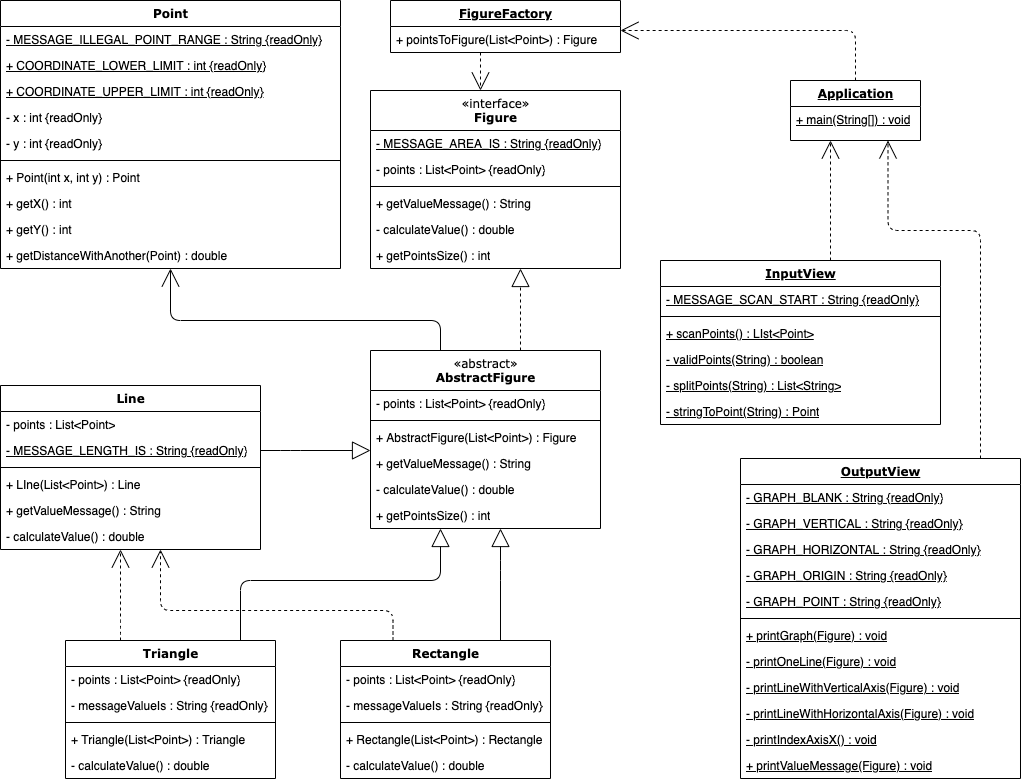
muttjimmypark/java-coordinate-playground keeps this draw.io diagram as design.png. Above is the earlier version. Source tidied: cells renumbered, new cells last; positions are measured from the earlier drawing's top-left corner, leaving out a move shared by most shapes.
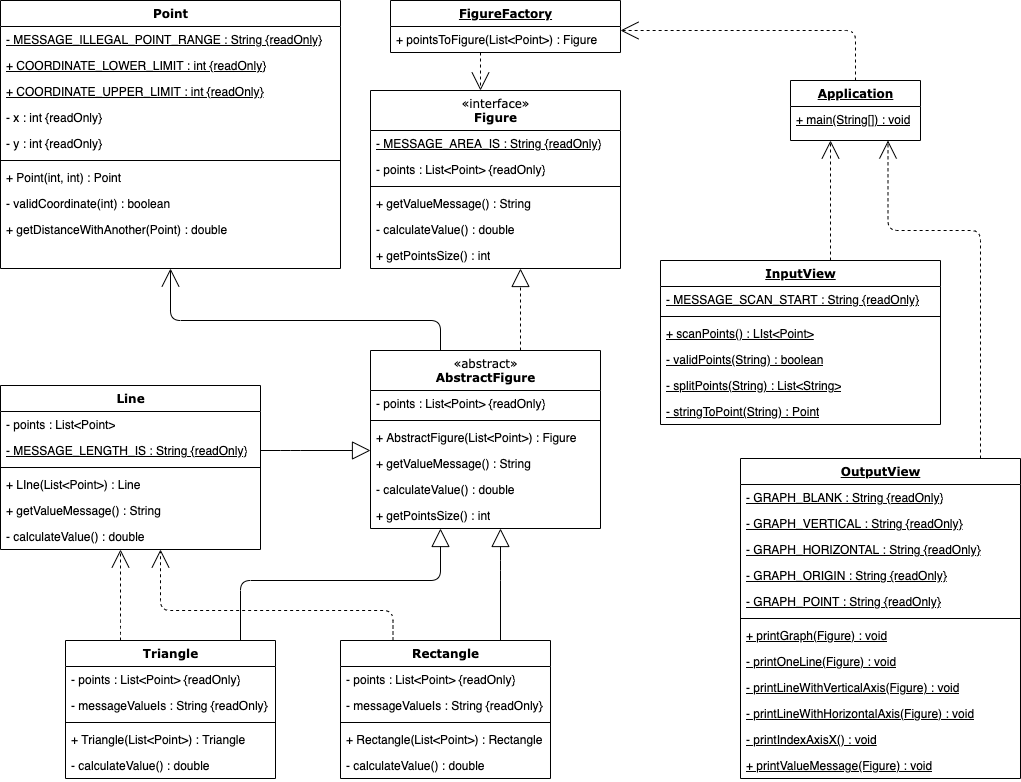
The same diagram one commit later.

The edit, as a diff of the source:
```diff
@@ -44,17 +44,14 @@
     <mxCell id="15" style="line;html=1;strokeWidth=1;fillColor=none;align=left;verticalAlign=middle;spacingTop=-1;spacingLeft=3;spacingRight=3;labelPosition=right;" parent="9" vertex="1">
       <mxGeometry y="156" width="340" height="8" as="geometry" />
     </mxCell>
-    <mxCell id="16" value="+ Point(int x, int y) : Point" style="text;html=1;strokeColor=none;fillColor=none;align=left;verticalAlign=top;spacingLeft=4;spacingRight=4;whiteSpace=wrap;overflow=hidden;" parent="9" vertex="1">
+    <mxCell id="16" value="+ Point(int, int) : Point" style="text;html=1;strokeColor=none;fillColor=none;align=left;verticalAlign=top;spacingLeft=4;spacingRight=4;whiteSpace=wrap;overflow=hidden;" parent="9" vertex="1">
       <mxGeometry y="164" width="340" height="26" as="geometry" />
     </mxCell>
-    <mxCell id="17" value="+ getX() : int" style="text;html=1;strokeColor=none;fillColor=none;align=left;verticalAlign=top;spacingLeft=4;spacingRight=4;whiteSpace=wrap;overflow=hidden;" parent="9" vertex="1">
-      <mxGeometry y="190" width="340" height="26" as="geometry" />
-    </mxCell>
-    <mxCell id="18" value="+ getY() : int" style="text;html=1;strokeColor=none;fillColor=none;align=left;verticalAlign=top;spacingLeft=4;spacingRight=4;whiteSpace=wrap;overflow=hidden;" parent="9" vertex="1">
-      <mxGeometry y="216" width="340" height="26" as="geometry" />
+    <mxCell id="18" value="- validCoordinate(int) : boolean" style="text;html=1;strokeColor=none;fillColor=none;align=left;verticalAlign=top;spacingLeft=4;spacingRight=4;whiteSpace=wrap;overflow=hidden;" parent="9" vertex="1">
+      <mxGeometry y="190" width="340" height="26" as="geometry" />
     </mxCell>
     <mxCell id="19" value="+ getDistanceWithAnother(Point) : double" style="text;html=1;strokeColor=none;fillColor=none;align=left;verticalAlign=top;spacingLeft=4;spacingRight=4;whiteSpace=wrap;overflow=hidden;" parent="9" vertex="1">
-      <mxGeometry y="242" width="340" height="26" as="geometry" />
+      <mxGeometry y="216" width="340" height="26" as="geometry" />
     </mxCell>
     <mxCell id="20" style="edgeStyle=elbowEdgeStyle;html=1;labelBackgroundColor=none;startFill=0;startSize=8;endArrow=block;endFill=0;endSize=16;fontFamily=Verdana;fontSize=12;elbow=vertical;dashed=1;" parent="1" edge="1" source="21" target="2">
       <mxGeometry relative="1" as="geometry">
```
